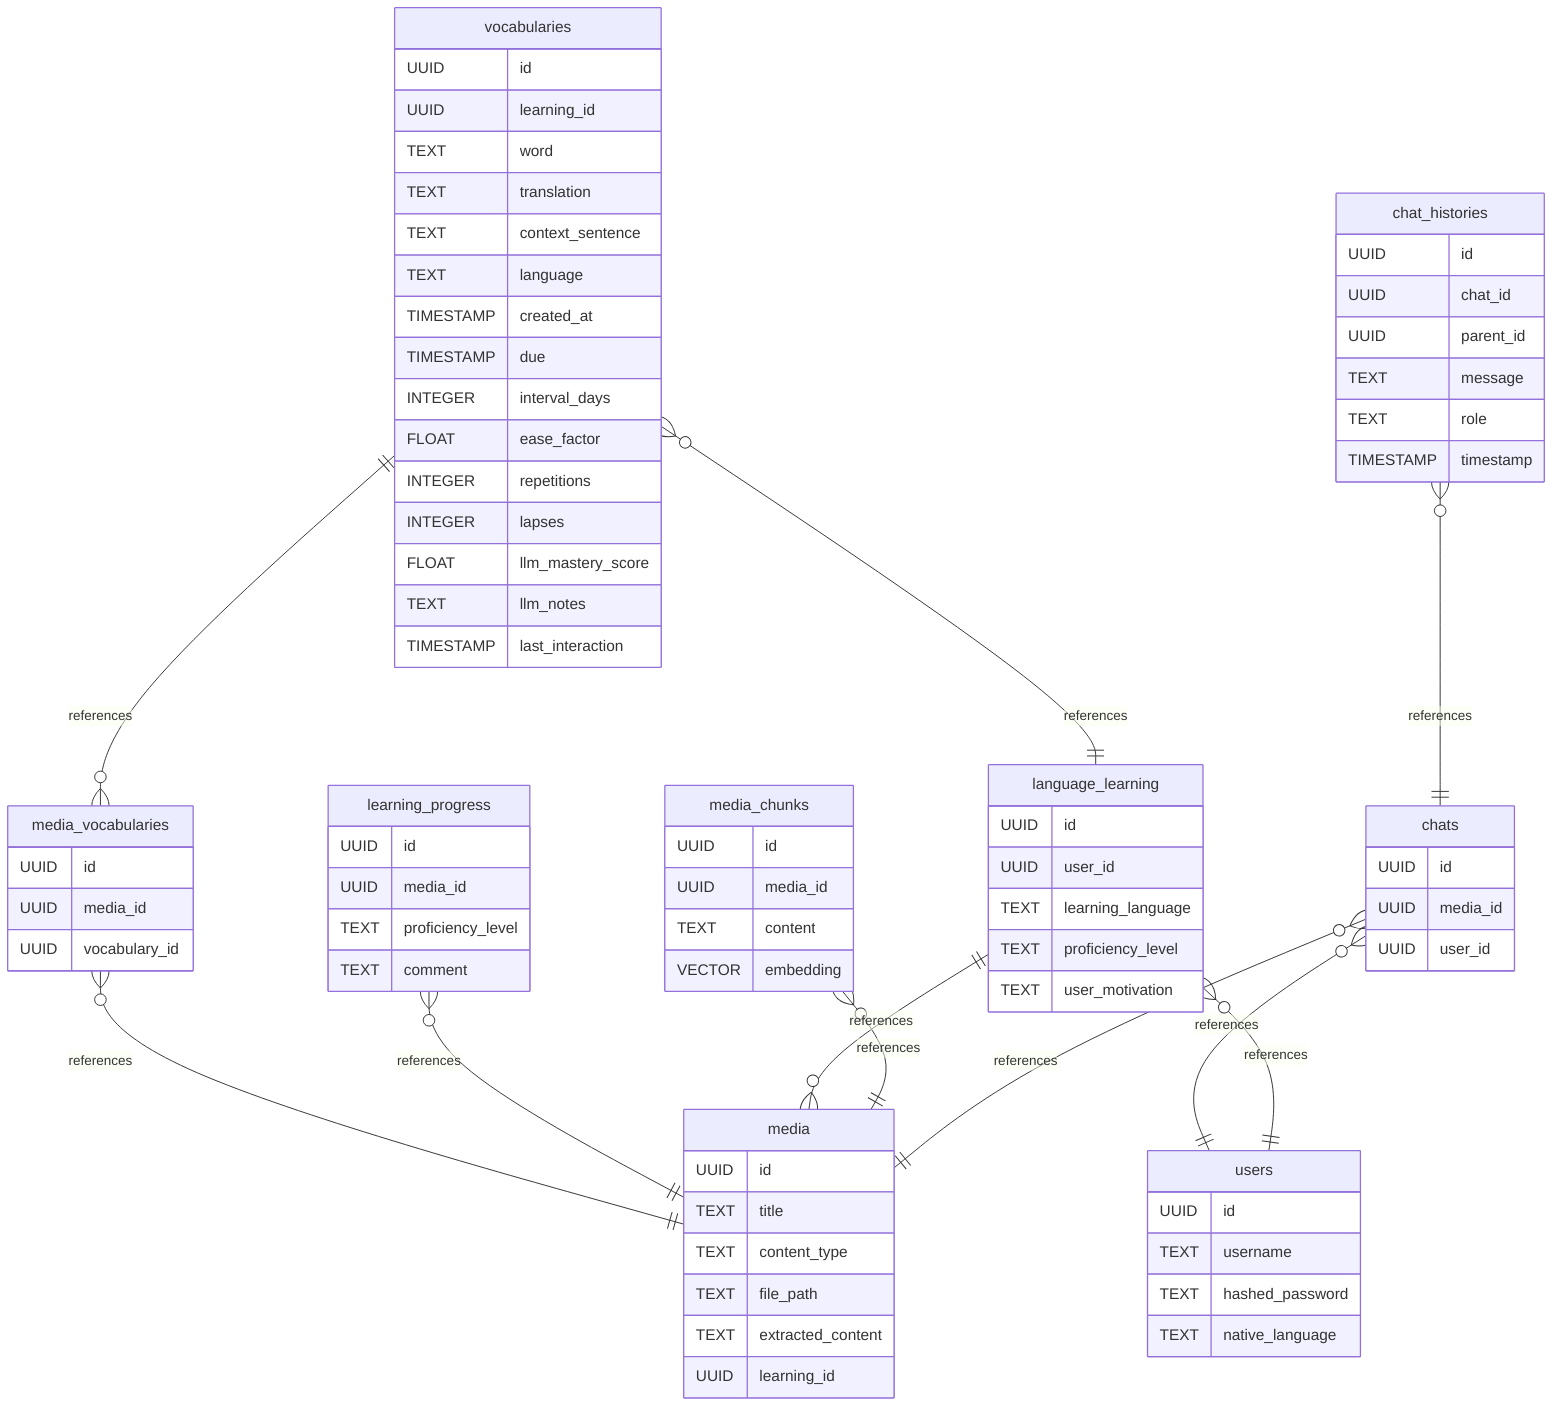
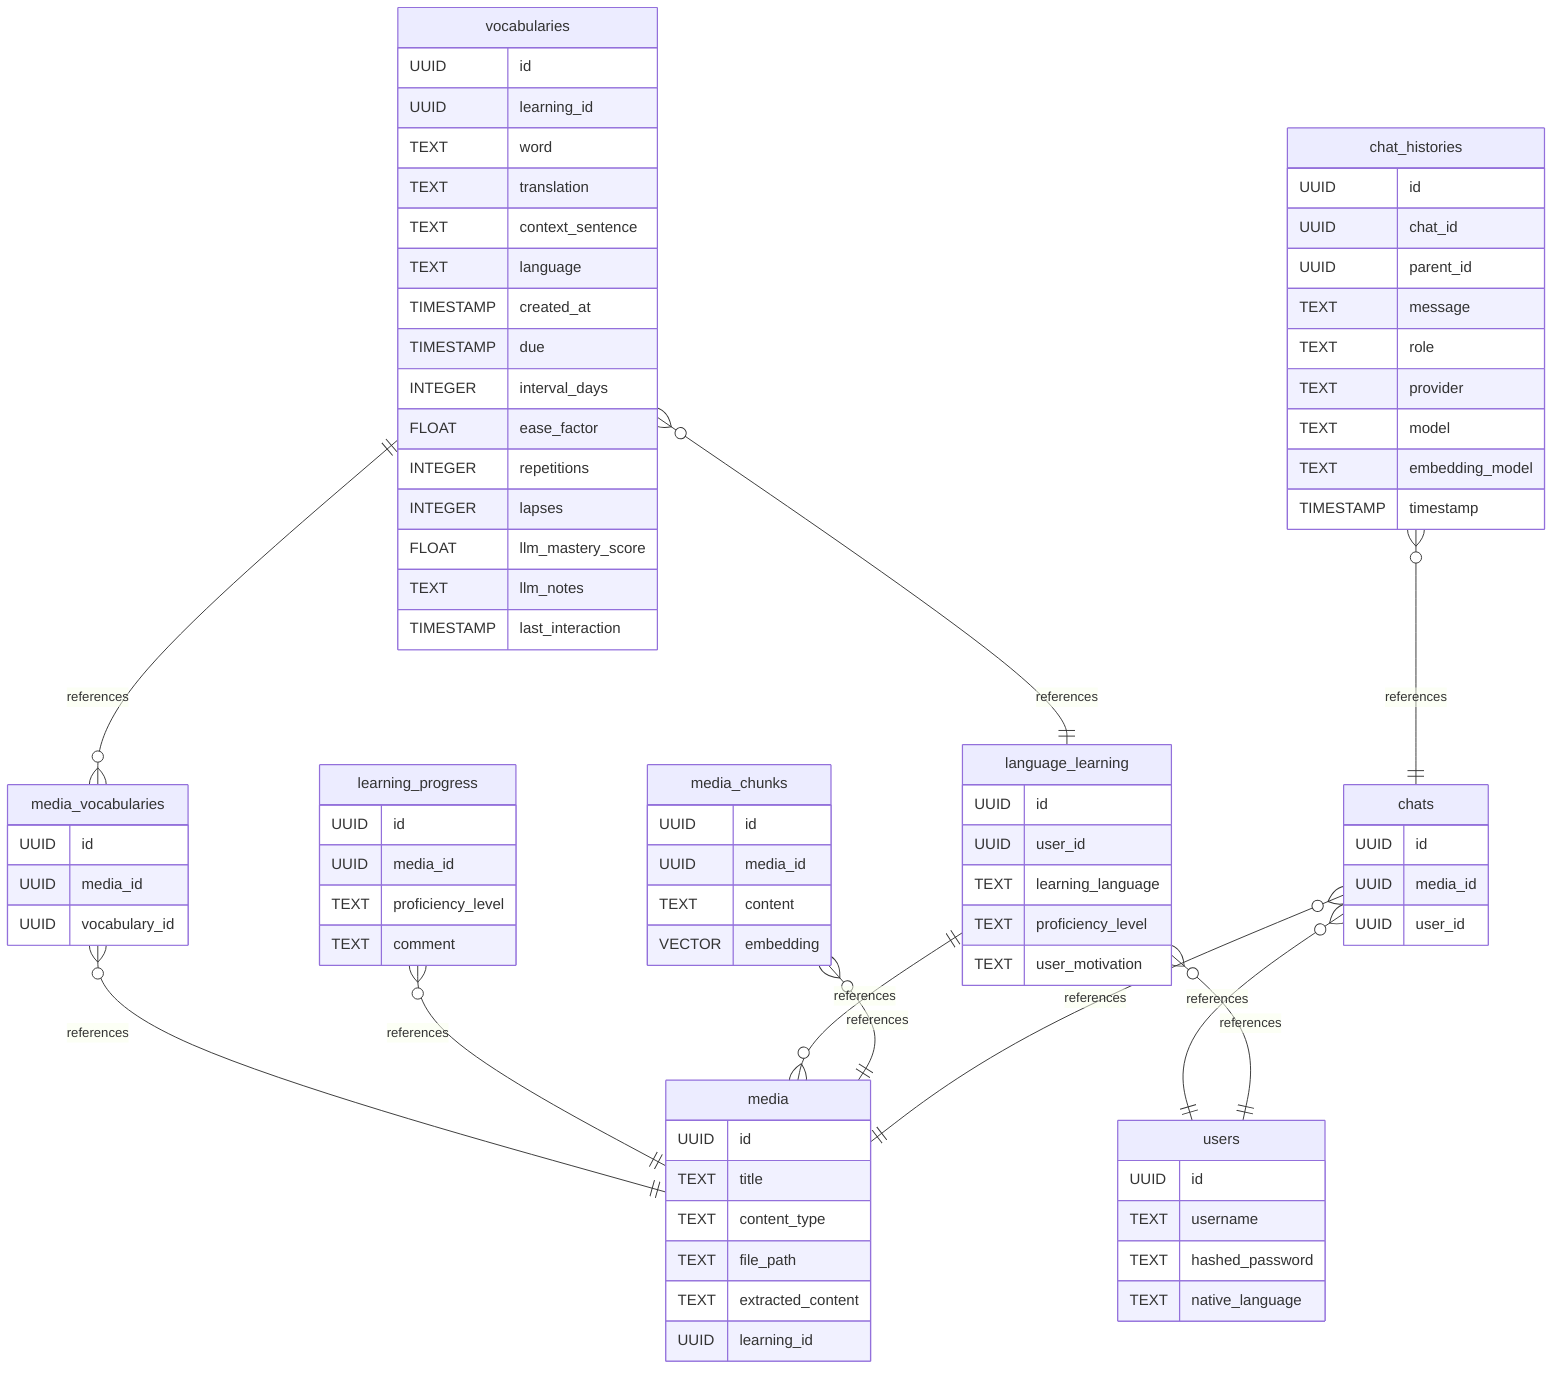
erDiagram
    chat_histories }o--|| chats: references
    chats }o--|| media: references
    media_chunks }o--|| media: references
    language_learning }o--|| users: references
    language_learning ||--o{ media: references
    learning_progress }o--|| media: references
    media_vocabularies }o--|| media: references
    vocabularies ||--o{ media_vocabularies: references
    vocabularies }o--|| language_learning: references
    chats }o--|| users: references

    users {
        UUID id
        TEXT username
        TEXT hashed_password
        TEXT native_language
    }

    media {
        UUID id
        TEXT title
        TEXT content_type
        TEXT file_path
        TEXT extracted_content
        UUID learning_id
    }
    media_chunks {
        UUID id
        UUID media_id
        TEXT content
        VECTOR embedding
    }

    vocabularies {
        UUID id
        UUID learning_id
        TEXT word
        TEXT translation
        TEXT context_sentence
        TEXT language
        TIMESTAMP created_at
        TIMESTAMP due
        INTEGER interval_days
        FLOAT ease_factor
        INTEGER repetitions
        INTEGER lapses
        FLOAT llm_mastery_score
        TEXT llm_notes
        TIMESTAMP last_interaction
    }

    chats {
        UUID id
        UUID media_id
        UUID user_id
    }

    chat_histories {
        UUID id
        UUID chat_id
        UUID parent_id
        TEXT message
        TEXT role
+         TEXT provider
+         TEXT model
+         TEXT embedding_model
        TIMESTAMP timestamp
    }

    language_learning {
        UUID id
        UUID user_id
        TEXT learning_language
        TEXT proficiency_level
        TEXT user_motivation
    }

    learning_progress {
        UUID id
        UUID media_id
        TEXT proficiency_level
        TEXT comment
    }

    media_vocabularies {
        UUID id
        UUID media_id
        UUID vocabulary_id
    }